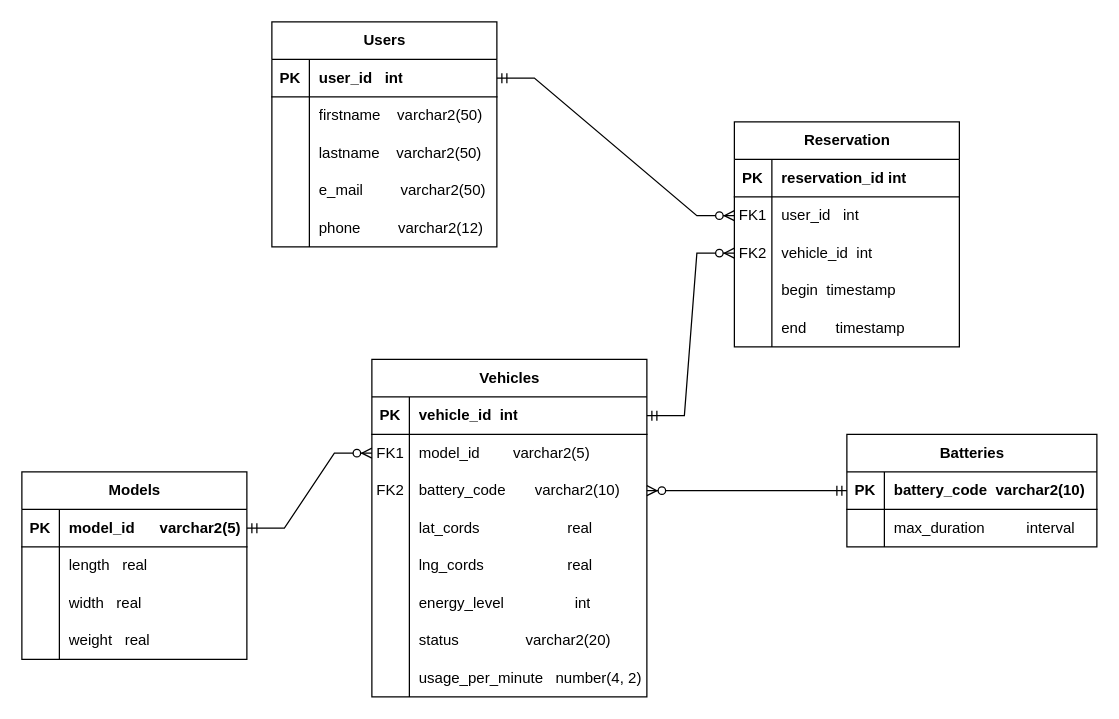
Before: database/schemat.drawio in Skalakid/DB-project, a draw.io diagram. Source tidied: cells renumbered, new cells numbered last; positions are measured from the earlier drawing's top-left corner, leaving out a move shared by most shapes. Both pictures are drawn from the tidied source at 125%, with x=0, y=0 at pixel (21, 21).
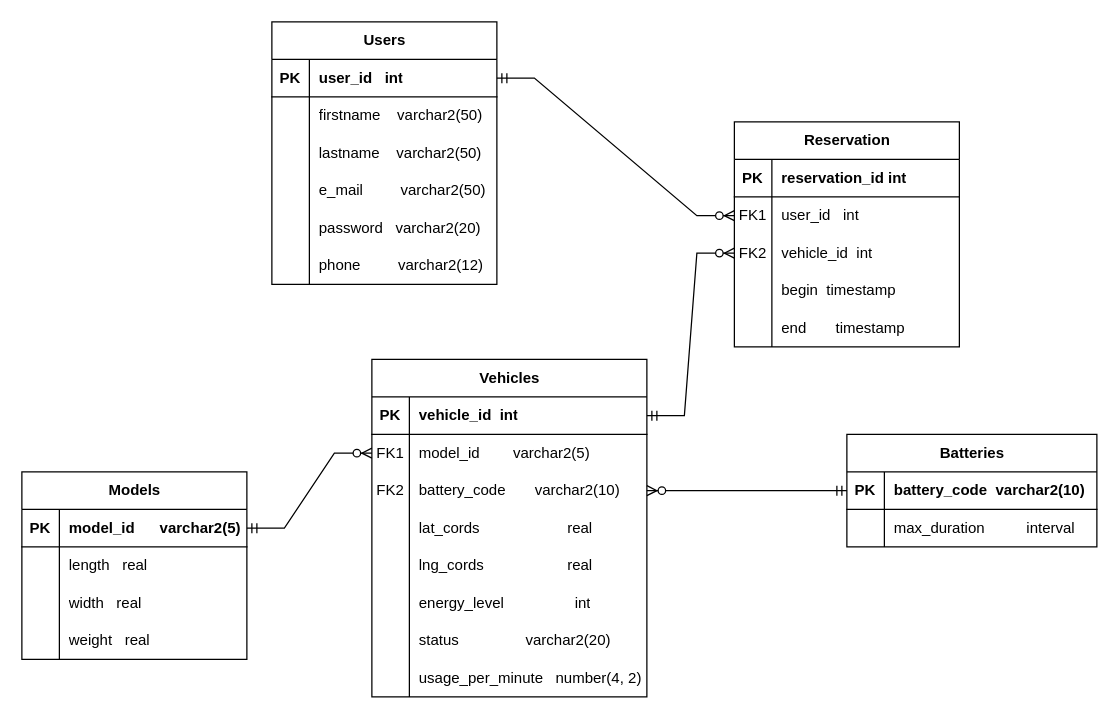
Above is the later version.

Change to the diagram source:
```diff
@@
     <mxCell id="2" value="Users" style="shape=table;startSize=30;childLayout=tableLayout;rowLines=0;fontStyle=1;align=center;html=1;" parent="1" vertex="1">
-      <mxGeometry x="200" width="180" height="180" as="geometry" />
+      <mxGeometry x="200" width="180" height="210" as="geometry" />
     </mxCell>
@@
+    <mxCell id="83" style="shape=tableRow;horizontal=0;startSize=0;swimlaneHead=0;swimlaneBody=0;fillColor=none;top=0;left=0;right=0;bottom=0;" parent="2" vertex="1">
+      <mxGeometry y="150" width="180" height="30" as="geometry" />
+    </mxCell>
+    <mxCell id="84" style="shape=partialRectangle;fillColor=none;top=0;left=0;bottom=0;right=0;overflow=hidden;whiteSpace=wrap;html=1;" parent="83" vertex="1">
+      <mxGeometry width="30" height="30" as="geometry" />
+    </mxCell>
+    <mxCell id="85" value="password&amp;nbsp; &amp;nbsp;varchar2(20)" style="shape=partialRectangle;fillColor=none;top=0;left=0;bottom=0;right=0;align=left;spacingLeft=6;overflow=hidden;whiteSpace=wrap;html=1;" parent="83" vertex="1">
+      <mxGeometry x="30" width="150" height="30" as="geometry" />
+    </mxCell>
     <mxCell id="15" style="shape=tableRow;horizontal=0;startSize=0;swimlaneHead=0;swimlaneBody=0;fillColor=none;top=0;left=0;right=0;bottom=0;" parent="2" vertex="1">
-      <mxGeometry y="150" width="180" height="30" as="geometry" />
+      <mxGeometry y="180" width="180" height="30" as="geometry" />
     </mxCell>
```
